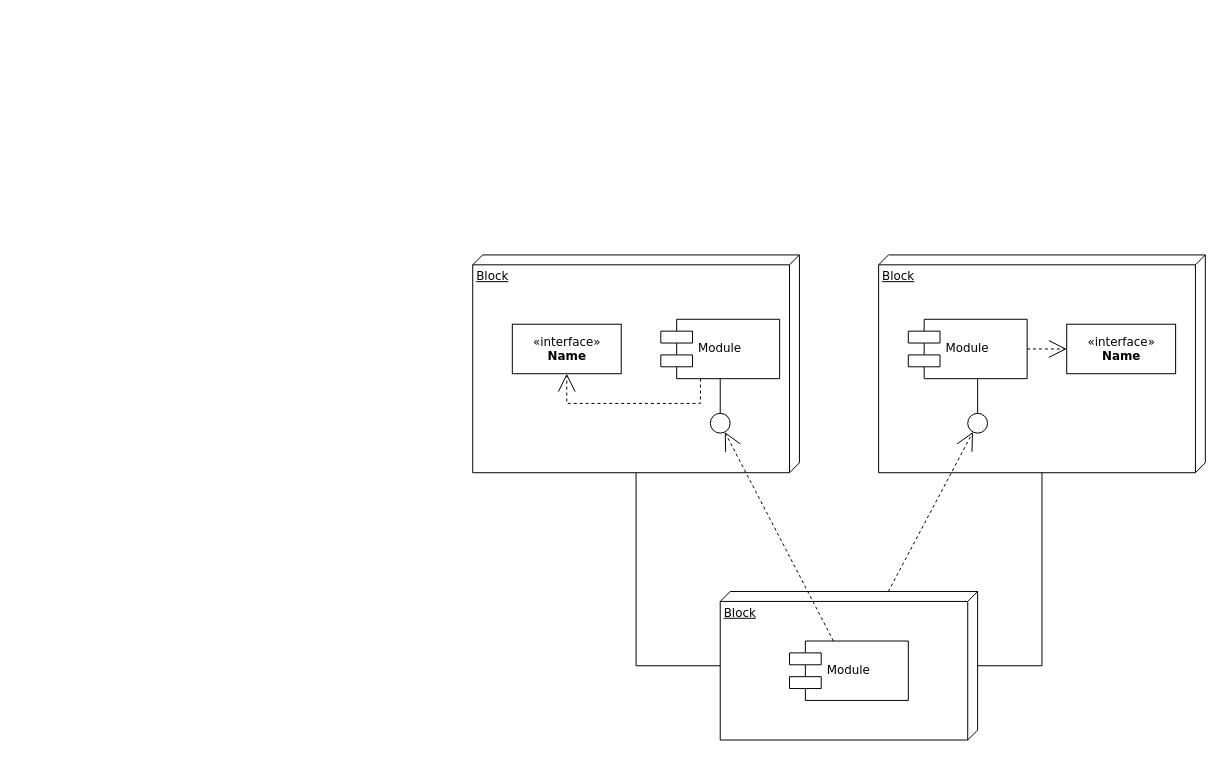
The draw.io diagram Components.drawio in b10815061/VRRA, before the edit. Source tidied: cells renumbered, new cells numbered last; positions are measured from the earlier drawing's top-left corner, leaving out a move shared by most shapes. Both pictures are drawn from the tidied source at 99%, with x=0, y=0 at pixel (472, 254).
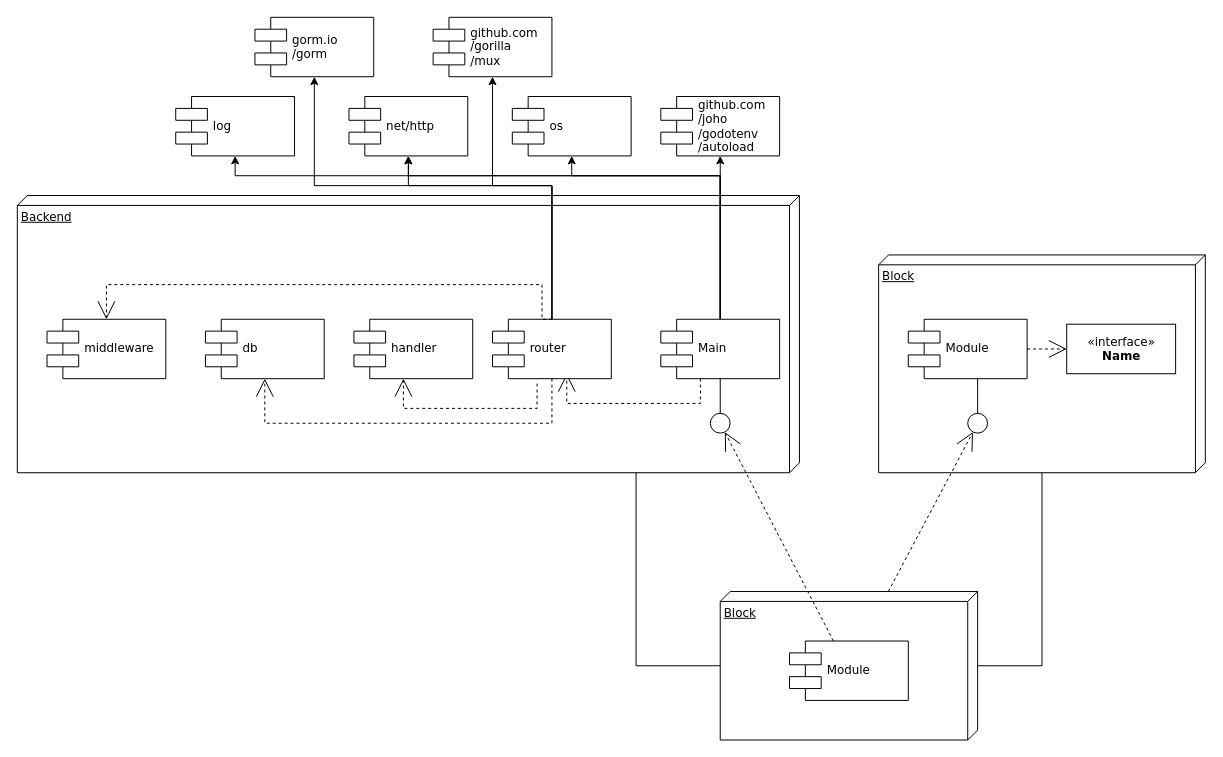
The same page after the edit.

The edit, as a diff of the source:
```diff
@@
-    <mxCell id="2" value="Block" style="verticalAlign=top;align=left;spacingTop=8;spacingLeft=2;spacingRight=12;shape=cube;size=10;direction=south;fontStyle=4;html=1;rounded=0;shadow=0;comic=0;labelBackgroundColor=none;strokeWidth=1;fontFamily=Verdana;fontSize=12;" parent="1" vertex="1">
-      <mxGeometry width="330" height="220" as="geometry" />
+    <mxCell id="2" value="Backend" style="verticalAlign=top;align=left;spacingTop=8;spacingLeft=2;spacingRight=12;shape=cube;size=10;direction=south;fontStyle=4;html=1;rounded=0;shadow=0;comic=0;labelBackgroundColor=none;strokeWidth=1;fontFamily=Verdana;fontSize=12;" parent="1" vertex="1">
+      <mxGeometry x="-460" y="-60" width="790" height="280" as="geometry" />
     </mxCell>
@@
-    <mxCell id="5" value="&amp;laquo;interface&amp;raquo;&lt;br&gt;&lt;b&gt;Name&lt;/b&gt;" style="html=1;rounded=0;shadow=0;comic=0;labelBackgroundColor=none;strokeWidth=1;fontFamily=Verdana;fontSize=12;align=center;" parent="1" vertex="1">
-      <mxGeometry x="40" y="70" width="110" height="50" as="geometry" />
-    </mxCell>
+    <mxCell id="20" style="edgeStyle=orthogonalEdgeStyle;rounded=0;jettySize=auto;html=1;entryX=0.5;entryY=1;entryDx=0;entryDy=0;" parent="1" edge="1" source="6" target="31">
+      <mxGeometry relative="1" as="geometry" />
+    </mxCell>
+    <mxCell id="21" style="edgeStyle=orthogonalEdgeStyle;rounded=0;jettySize=auto;html=1;entryX=0.5;entryY=1;entryDx=0;entryDy=0;" parent="1" edge="1" source="6" target="37">
+      <mxGeometry relative="1" as="geometry">
+        <Array as="points">
+          <mxPoint x="250" y="-80" />
+          <mxPoint x="-240" y="-80" />
+        </Array>
+      </mxGeometry>
+    </mxCell>
+    <mxCell id="22" style="edgeStyle=orthogonalEdgeStyle;rounded=0;jettySize=auto;html=1;entryX=0.5;entryY=1;entryDx=0;entryDy=0;" parent="1" edge="1" source="6" target="36">
+      <mxGeometry relative="1" as="geometry">
+        <Array as="points">
+          <mxPoint x="250" y="-80" />
+          <mxPoint x="-65" y="-80" />
+        </Array>
+      </mxGeometry>
+    </mxCell>
+    <mxCell id="23" style="edgeStyle=orthogonalEdgeStyle;rounded=0;jettySize=auto;html=1;entryX=0.5;entryY=1;entryDx=0;entryDy=0;" parent="1" edge="1" source="6" target="35">
+      <mxGeometry relative="1" as="geometry">
+        <Array as="points">
+          <mxPoint x="250" y="-80" />
+          <mxPoint x="100" y="-80" />
+        </Array>
+      </mxGeometry>
+    </mxCell>
-    <mxCell id="6" value="Module" style="shape=component;align=left;spacingLeft=36;rounded=0;shadow=0;comic=0;labelBackgroundColor=none;strokeWidth=1;fontFamily=Verdana;fontSize=12;html=1;" parent="1" vertex="1">
+    <mxCell id="6" value="Main" style="shape=component;align=left;spacingLeft=36;rounded=0;shadow=0;comic=0;labelBackgroundColor=none;strokeWidth=1;fontFamily=Verdana;fontSize=12;html=1;" parent="1" vertex="1">
       <mxGeometry x="190" y="65" width="120" height="60" as="geometry" />
     </mxCell>
@@
-    <mxCell id="16" style="edgeStyle=orthogonalEdgeStyle;rounded=0;html=1;labelBackgroundColor=none;startArrow=none;startFill=0;startSize=8;endArrow=open;endFill=0;endSize=16;fontFamily=Verdana;fontSize=12;dashed=1;" parent="1" edge="1" source="6" target="5">
+    <mxCell id="16" style="edgeStyle=orthogonalEdgeStyle;rounded=0;html=1;labelBackgroundColor=none;startArrow=none;startFill=0;startSize=8;endArrow=open;endFill=0;endSize=16;fontFamily=Verdana;fontSize=12;dashed=1;" parent="1" edge="1" source="6">
       <mxGeometry relative="1" as="geometry">
+        <mxPoint x="95" y="120" as="targetPoint" />
         <Array as="points">
           <mxPoint x="230" y="150" />
           <mxPoint x="95" y="150" />
         </Array>
       </mxGeometry>
     </mxCell>
@@
+    <mxCell id="24" style="edgeStyle=orthogonalEdgeStyle;rounded=0;jettySize=auto;html=1;entryX=0.5;entryY=1;entryDx=0;entryDy=0;" parent="1" edge="1" source="27" target="36">
+      <mxGeometry relative="1" as="geometry">
+        <Array as="points">
+          <mxPoint x="80" y="-70" />
+          <mxPoint x="-65" y="-70" />
+        </Array>
+      </mxGeometry>
+    </mxCell>
+    <mxCell id="25" style="edgeStyle=orthogonalEdgeStyle;rounded=0;jettySize=auto;html=1;entryX=0.5;entryY=1;entryDx=0;entryDy=0;" parent="1" edge="1" source="27" target="38">
+      <mxGeometry relative="1" as="geometry">
+        <Array as="points">
+          <mxPoint x="80" y="-70" />
+          <mxPoint x="20" y="-70" />
+        </Array>
+      </mxGeometry>
+    </mxCell>
+    <mxCell id="26" style="edgeStyle=orthogonalEdgeStyle;rounded=0;jettySize=auto;html=1;exitX=0.5;exitY=0;exitDx=0;exitDy=0;entryX=0.5;entryY=1;entryDx=0;entryDy=0;" parent="1" edge="1" source="27" target="39">
+      <mxGeometry relative="1" as="geometry">
+        <Array as="points">
+          <mxPoint x="80" y="-70" />
+          <mxPoint x="-160" y="-70" />
+        </Array>
+      </mxGeometry>
+    </mxCell>
+    <mxCell id="27" value="router" style="shape=component;align=left;spacingLeft=36;rounded=0;shadow=0;comic=0;labelBackgroundColor=none;strokeWidth=1;fontFamily=Verdana;fontSize=12;html=1;" parent="1" vertex="1">
+      <mxGeometry x="20" y="65" width="120" height="60" as="geometry" />
+    </mxCell>
+    <mxCell id="28" value="handler" style="shape=component;align=left;spacingLeft=36;rounded=0;shadow=0;comic=0;labelBackgroundColor=none;strokeWidth=1;fontFamily=Verdana;fontSize=12;html=1;" parent="1" vertex="1">
+      <mxGeometry x="-120" y="65" width="120" height="60" as="geometry" />
+    </mxCell>
+    <mxCell id="29" value="middleware" style="shape=component;align=left;spacingLeft=36;rounded=0;shadow=0;comic=0;labelBackgroundColor=none;strokeWidth=1;fontFamily=Verdana;fontSize=12;html=1;" parent="1" vertex="1">
+      <mxGeometry x="-430" y="65" width="120" height="60" as="geometry" />
+    </mxCell>
+    <mxCell id="30" value="db" style="shape=component;align=left;spacingLeft=36;rounded=0;shadow=0;comic=0;labelBackgroundColor=none;strokeWidth=1;fontFamily=Verdana;fontSize=12;html=1;" parent="1" vertex="1">
+      <mxGeometry x="-270" y="65" width="120" height="60" as="geometry" />
+    </mxCell>
+    <mxCell id="31" value="github.com&lt;br&gt;/joho&lt;br&gt;/godotenv&lt;br&gt;/autoload" style="shape=component;align=left;spacingLeft=36;rounded=0;shadow=0;comic=0;labelBackgroundColor=none;strokeWidth=1;fontFamily=Verdana;fontSize=12;html=1;" parent="1" vertex="1">
+      <mxGeometry x="190" y="-160" width="120" height="60" as="geometry" />
+    </mxCell>
+    <mxCell id="32" style="edgeStyle=orthogonalEdgeStyle;rounded=0;html=1;labelBackgroundColor=none;startArrow=none;startFill=0;startSize=8;endArrow=open;endFill=0;endSize=16;fontFamily=Verdana;fontSize=12;dashed=1;" parent="1" edge="1">
+      <mxGeometry relative="1" as="geometry">
+        <mxPoint x="65" y="130" as="sourcePoint" />
+        <mxPoint x="-70" y="125" as="targetPoint" />
+        <Array as="points">
+          <mxPoint x="65" y="155" />
+          <mxPoint x="-70" y="155" />
+        </Array>
+      </mxGeometry>
+    </mxCell>
+    <mxCell id="33" style="edgeStyle=orthogonalEdgeStyle;rounded=0;html=1;labelBackgroundColor=none;startArrow=none;startFill=0;startSize=8;endArrow=open;endFill=0;endSize=16;fontFamily=Verdana;fontSize=12;dashed=1;exitX=0.5;exitY=0;exitDx=0;exitDy=0;entryX=0.5;entryY=0;entryDx=0;entryDy=0;" parent="1" edge="1" source="27" target="29">
+      <mxGeometry relative="1" as="geometry">
+        <Array as="points">
+          <mxPoint x="70" y="65" />
+          <mxPoint x="70" y="30" />
+          <mxPoint x="-370" y="30" />
+        </Array>
+      </mxGeometry>
+    </mxCell>
+    <mxCell id="34" style="edgeStyle=orthogonalEdgeStyle;rounded=0;html=1;labelBackgroundColor=none;startArrow=none;startFill=0;startSize=8;endArrow=open;endFill=0;endSize=16;fontFamily=Verdana;fontSize=12;dashed=1;exitX=0.5;exitY=1;exitDx=0;exitDy=0;entryX=0.5;entryY=1;entryDx=0;entryDy=0;" parent="1" edge="1" source="27" target="30">
+      <mxGeometry relative="1" as="geometry">
+        <Array as="points">
+          <mxPoint x="80" y="170" />
+          <mxPoint x="-210" y="170" />
+        </Array>
+      </mxGeometry>
+    </mxCell>
+    <mxCell id="35" value="os" style="shape=component;align=left;spacingLeft=36;rounded=0;shadow=0;comic=0;labelBackgroundColor=none;strokeWidth=1;fontFamily=Verdana;fontSize=12;html=1;" parent="1" vertex="1">
+      <mxGeometry x="40" y="-160" width="120" height="60" as="geometry" />
+    </mxCell>
+    <mxCell id="36" value="net/http" style="shape=component;align=left;spacingLeft=36;rounded=0;shadow=0;comic=0;labelBackgroundColor=none;strokeWidth=1;fontFamily=Verdana;fontSize=12;html=1;" parent="1" vertex="1">
+      <mxGeometry x="-125" y="-160" width="120" height="60" as="geometry" />
+    </mxCell>
+    <mxCell id="37" value="log" style="shape=component;align=left;spacingLeft=36;rounded=0;shadow=0;comic=0;labelBackgroundColor=none;strokeWidth=1;fontFamily=Verdana;fontSize=12;html=1;" parent="1" vertex="1">
+      <mxGeometry x="-300" y="-160" width="120" height="60" as="geometry" />
+    </mxCell>
+    <mxCell id="38" value="github.com&lt;br&gt;/gorilla&lt;br&gt;/mux" style="shape=component;align=left;spacingLeft=36;rounded=0;shadow=0;comic=0;labelBackgroundColor=none;strokeWidth=1;fontFamily=Verdana;fontSize=12;html=1;" parent="1" vertex="1">
+      <mxGeometry x="-40" y="-240" width="120" height="60" as="geometry" />
+    </mxCell>
+    <mxCell id="39" value="gorm.io&lt;br&gt;/gorm" style="shape=component;align=left;spacingLeft=36;rounded=0;shadow=0;comic=0;labelBackgroundColor=none;strokeWidth=1;fontFamily=Verdana;fontSize=12;html=1;" parent="1" vertex="1">
+      <mxGeometry x="-220" y="-240" width="120" height="60" as="geometry" />
+    </mxCell>
```
